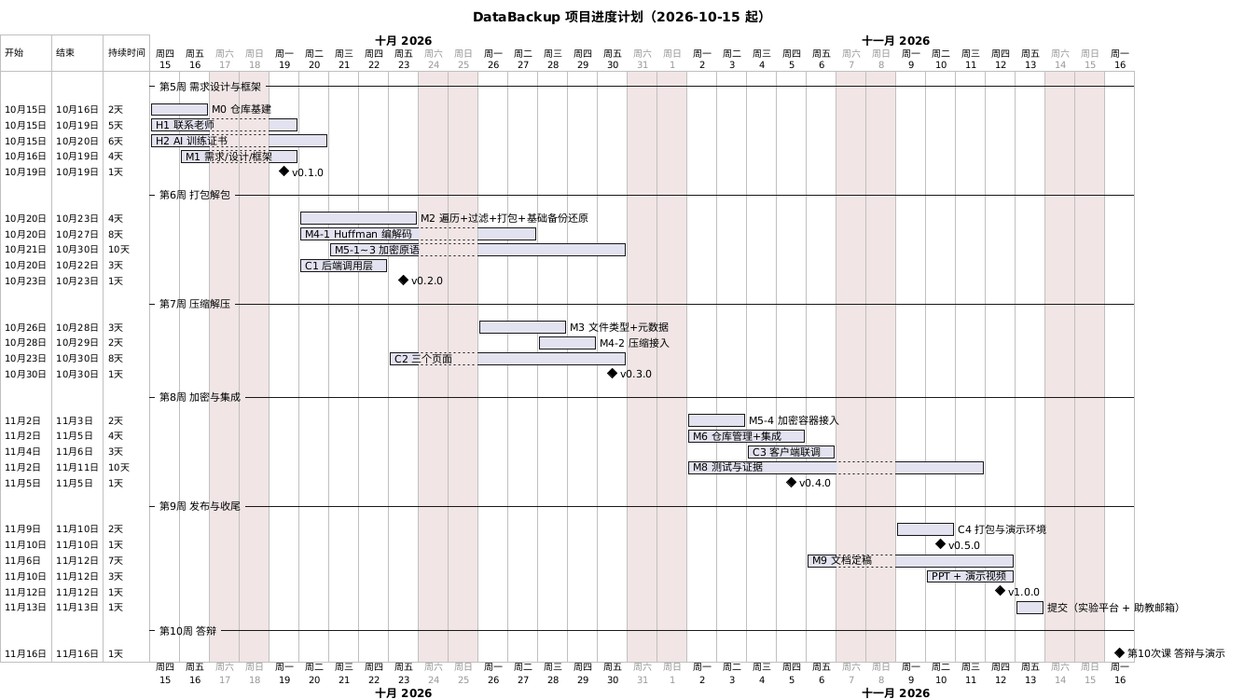
Above: docs/project/diagrams/schedule-gantt.png in Piaoxuemoli/software-class-qoobeewang (PlantUML), before the change. The source it was exported from:
```plantuml
@startgantt
title DataBackup 项目进度计划（2026-10-15 起）
language zh
printscale daily zoom 2
saturday are closed
sunday are closed
Project starts 2026-10-15

-- 第5周 需求设计与框架 --
[M0 仓库基建] starts 2026-10-15 and ends 2026-10-16
[H1 联系老师] starts 2026-10-15 and ends 2026-10-19
[H2 AI 训练证书] starts 2026-10-15 and ends 2026-10-20
[M1 需求/设计/框架] starts 2026-10-16 and ends 2026-10-19
[v0.1.0] happens 2026-10-19

-- 第6周 打包解包 --
[M2 遍历+过滤+打包+基础备份还原] starts 2026-10-20 and ends 2026-10-23
[M4-1 Huffman 编解码] starts 2026-10-20 and ends 2026-10-27
[M5-1~3 加密原语] starts 2026-10-21 and ends 2026-10-30
[C1 后端调用层] starts 2026-10-20 and ends 2026-10-22
[v0.2.0] happens 2026-10-23

-- 第7周 压缩解压 --
[M3 文件类型+元数据] starts 2026-10-26 and ends 2026-10-28
[M4-2 压缩接入] starts 2026-10-28 and ends 2026-10-29
[C2 三个页面] starts 2026-10-23 and ends 2026-10-30
[v0.3.0] happens 2026-10-30

-- 第8周 加密与集成 --
[M5-4 加密容器接入] starts 2026-11-02 and ends 2026-11-03
[M6 仓库管理+集成] starts 2026-11-02 and ends 2026-11-05
[C3 客户端联调] starts 2026-11-04 and ends 2026-11-06
[M8 测试与证据] starts 2026-11-02 and ends 2026-11-11
[v0.4.0] happens 2026-11-05

-- 第9周 发布与收尾 --
[C4 打包与演示环境] starts 2026-11-09 and ends 2026-11-10
[v0.5.0] happens 2026-11-10
[M9 文档定稿] starts 2026-11-06 and ends 2026-11-12
[PPT + 演示视频] starts 2026-11-10 and ends 2026-11-12
[v1.0.0] happens 2026-11-12
[提交（实验平台 + 助教邮箱）] starts 2026-11-13 and ends 2026-11-13

-- 第10周 答辩 --
[第10次课 答辩与演示] happens 2026-11-16
@endgantt
```
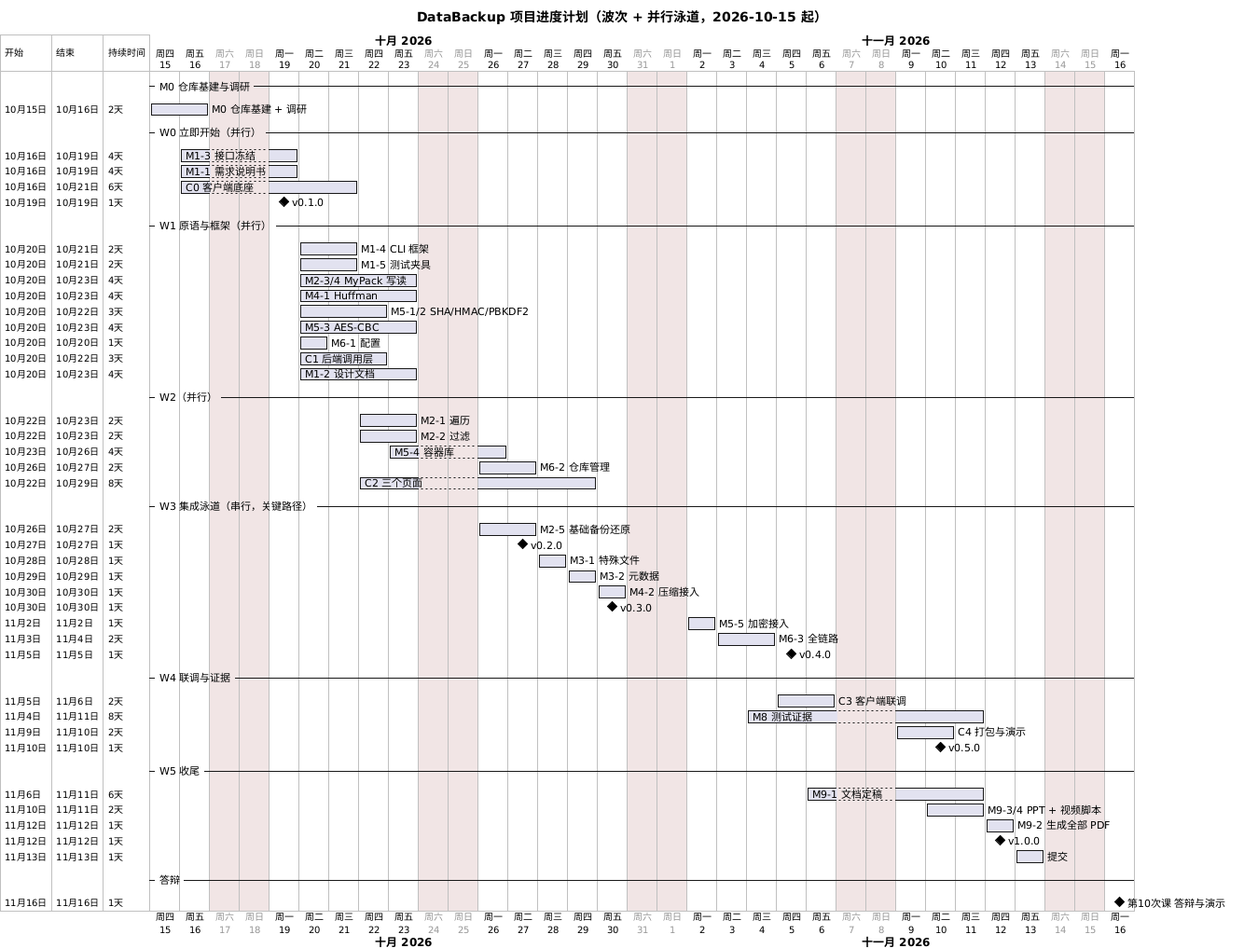
Above is the later version.

The edit, as a diff of the source:
```diff
@@ -1,46 +1,62 @@
 @startgantt
-title DataBackup 项目进度计划（2026-10-15 起）
+title DataBackup 项目进度计划（波次 + 并行泳道，2026-10-15 起）
 language zh
 printscale daily zoom 2
 saturday are closed
 sunday are closed
 Project starts 2026-10-15
 
--- 第5周 需求设计与框架 --
-[M0 仓库基建] starts 2026-10-15 and ends 2026-10-16
-[H1 联系老师] starts 2026-10-15 and ends 2026-10-19
-[H2 AI 训练证书] starts 2026-10-15 and ends 2026-10-20
-[M1 需求/设计/框架] starts 2026-10-16 and ends 2026-10-19
+-- M0 仓库基建与调研 --
+[M0 仓库基建 + 调研] starts 2026-10-15 and ends 2026-10-16
+
+-- W0 立即开始（并行） --
+[M1-3 接口冻结] starts 2026-10-16 and ends 2026-10-19
+[M1-1 需求说明书] starts 2026-10-16 and ends 2026-10-19
+[C0 客户端底座] starts 2026-10-16 and ends 2026-10-21
 [v0.1.0] happens 2026-10-19
 
--- 第6周 打包解包 --
-[M2 遍历+过滤+打包+基础备份还原] starts 2026-10-20 and ends 2026-10-23
-[M4-1 Huffman 编解码] starts 2026-10-20 and ends 2026-10-27
-[M5-1~3 加密原语] starts 2026-10-21 and ends 2026-10-30
+-- W1 原语与框架（并行） --
+[M1-4 CLI 框架] starts 2026-10-20 and ends 2026-10-21
+[M1-5 测试夹具] starts 2026-10-20 and ends 2026-10-21
+[M2-3/4 MyPack 写读] starts 2026-10-20 and ends 2026-10-23
+[M4-1 Huffman] starts 2026-10-20 and ends 2026-10-23
+[M5-1/2 SHA/HMAC/PBKDF2] starts 2026-10-20 and ends 2026-10-22
+[M5-3 AES-CBC] starts 2026-10-20 and ends 2026-10-23
+[M6-1 配置] starts 2026-10-20 and ends 2026-10-20
 [C1 后端调用层] starts 2026-10-20 and ends 2026-10-22
-[v0.2.0] happens 2026-10-23
+[M1-2 设计文档] starts 2026-10-20 and ends 2026-10-23
 
--- 第7周 压缩解压 --
-[M3 文件类型+元数据] starts 2026-10-26 and ends 2026-10-28
-[M4-2 压缩接入] starts 2026-10-28 and ends 2026-10-29
-[C2 三个页面] starts 2026-10-23 and ends 2026-10-30
+-- W2（并行） --
+[M2-1 遍历] starts 2026-10-22 and ends 2026-10-23
+[M2-2 过滤] starts 2026-10-22 and ends 2026-10-23
+[M5-4 容器库] starts 2026-10-23 and ends 2026-10-26
+[M6-2 仓库管理] starts 2026-10-26 and ends 2026-10-27
+[C2 三个页面] starts 2026-10-22 and ends 2026-10-29
+
+-- W3 集成泳道（串行，关键路径） --
+[M2-5 基础备份还原] starts 2026-10-26 and ends 2026-10-27
+[v0.2.0] happens 2026-10-27
+[M3-1 特殊文件] starts 2026-10-28 and ends 2026-10-28
+[M3-2 元数据] starts 2026-10-29 and ends 2026-10-29
+[M4-2 压缩接入] starts 2026-10-30 and ends 2026-10-30
 [v0.3.0] happens 2026-10-30
-
--- 第8周 加密与集成 --
-[M5-4 加密容器接入] starts 2026-11-02 and ends 2026-11-03
-[M6 仓库管理+集成] starts 2026-11-02 and ends 2026-11-05
-[C3 客户端联调] starts 2026-11-04 and ends 2026-11-06
-[M8 测试与证据] starts 2026-11-02 and ends 2026-11-11
+[M5-5 加密接入] starts 2026-11-02 and ends 2026-11-02
+[M6-3 全链路] starts 2026-11-03 and ends 2026-11-04
 [v0.4.0] happens 2026-11-05
 
--- 第9周 发布与收尾 --
-[C4 打包与演示环境] starts 2026-11-09 and ends 2026-11-10
+-- W4 联调与证据 --
+[C3 客户端联调] starts 2026-11-05 and ends 2026-11-06
+[M8 测试证据] starts 2026-11-04 and ends 2026-11-11
+[C4 打包与演示] starts 2026-11-09 and ends 2026-11-10
 [v0.5.0] happens 2026-11-10
-[M9 文档定稿] starts 2026-11-06 and ends 2026-11-12
-[PPT + 演示视频] starts 2026-11-10 and ends 2026-11-12
+
+-- W5 收尾 --
+[M9-1 文档定稿] starts 2026-11-06 and ends 2026-11-11
+[M9-3/4 PPT + 视频脚本] starts 2026-11-10 and ends 2026-11-11
+[M9-2 生成全部 PDF] starts 2026-11-12 and ends 2026-11-12
 [v1.0.0] happens 2026-11-12
-[提交（实验平台 + 助教邮箱）] starts 2026-11-13 and ends 2026-11-13
+[提交] starts 2026-11-13 and ends 2026-11-13
 
--- 第10周 答辩 --
+-- 答辩 --
 [第10次课 答辩与演示] happens 2026-11-16
 @endgantt
```
